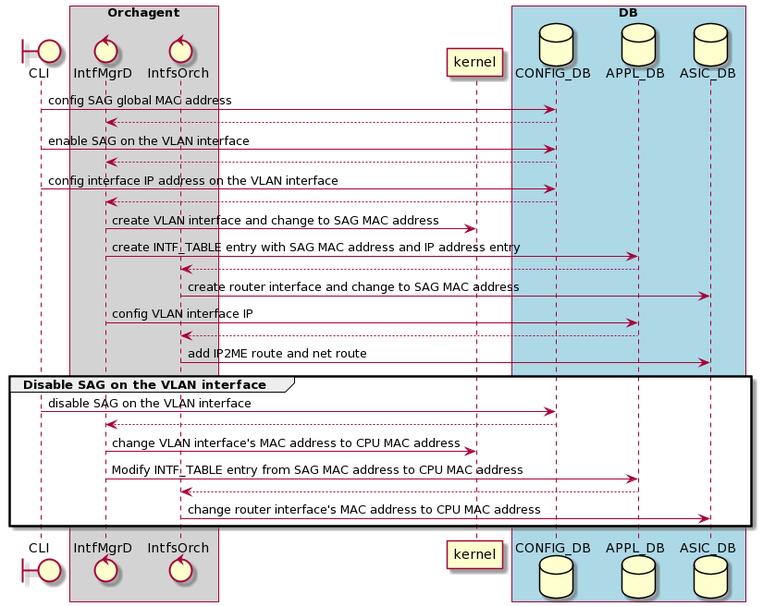
Before: doc/sag/images/sag-flow.png, a diagram exported from PlantUML (sonic-net/SONiC). Source of this version:
```plantuml
@startuml
boundary "CLI" as UI
box "Orchagent" #LightGrey
    control IntfMgrD
    control IntfsOrch
end box
participant kernel
box "DB" #LightBlue
    database CONFIG_DB
    database APPL_DB
    database ASIC_DB
end box

UI -> CONFIG_DB: config SAG global MAC address
IntfMgrD <-- CONFIG_DB
UI -> CONFIG_DB: enable SAG on the VLAN interface
IntfMgrD <-- CONFIG_DB
UI -> CONFIG_DB: config interface IP address on the VLAN interface
IntfMgrD <-- CONFIG_DB
IntfMgrD -> kernel: create VLAN interface and change to SAG MAC address
IntfMgrD -> APPL_DB: create INTF_TABLE entry with SAG MAC address and IP address entry
IntfsOrch <-- APPL_DB
IntfsOrch -> ASIC_DB: create router interface and change to SAG MAC address
IntfMgrD -> APPL_DB: config VLAN interface IP
IntfsOrch <-- APPL_DB
IntfsOrch -> ASIC_DB: add IP2ME route and net route
group Disable SAG on the VLAN interface
    UI -> CONFIG_DB: disable SAG on the VLAN interface
    IntfMgrD <-- CONFIG_DB
    IntfMgrD -> kernel: change VLAN interface's MAC address to CPU MAC address
    IntfMgrD -> APPL_DB: Modify INTF_TABLE entry from SAG MAC address to CPU MAC address
    IntfsOrch <-- APPL_DB
    IntfsOrch -> ASIC_DB: change router interface's MAC address to CPU MAC address
end
@enduml
```
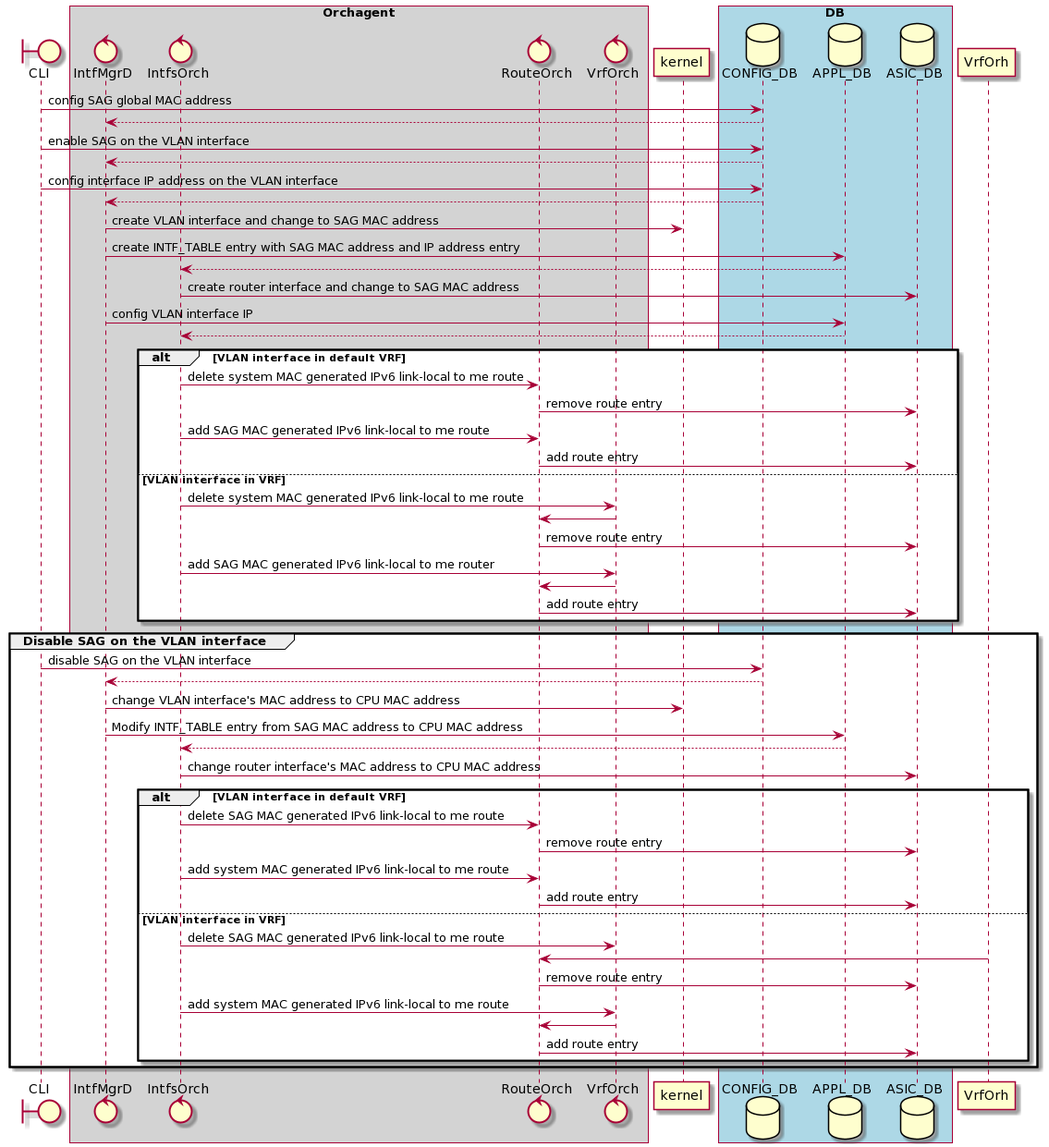
Later version of the same file.

Commit message:
Add IPv6 link-local address handling

Diff of the diagram source:
```diff
@@ -3,6 +3,8 @@
 box "Orchagent" #LightGrey
     control IntfMgrD
     control IntfsOrch
+    control RouteOrch
+    control VrfOrch
 end box
 participant kernel
 box "DB" #LightBlue
@@ -23,7 +25,19 @@
 IntfsOrch -> ASIC_DB: create router interface and change to SAG MAC address
 IntfMgrD -> APPL_DB: config VLAN interface IP
 IntfsOrch <-- APPL_DB
-IntfsOrch -> ASIC_DB: add IP2ME route and net route
+alt VLAN interface in default VRF
+    IntfsOrch -> RouteOrch: delete system MAC generated IPv6 link-local to me route
+    RouteOrch -> ASIC_DB: remove route entry
+    IntfsOrch -> RouteOrch: add SAG MAC generated IPv6 link-local to me route
+    RouteOrch -> ASIC_DB: add route entry
+else VLAN interface in VRF
+    IntfsOrch -> VrfOrch: delete system MAC generated IPv6 link-local to me route
+    VrfOrch -> RouteOrch
+    RouteOrch -> ASIC_DB: remove route entry
+    IntfsOrch -> VrfOrch: add SAG MAC generated IPv6 link-local to me router
+    VrfOrch -> RouteOrch
+    RouteOrch -> ASIC_DB: add route entry
+end
 group Disable SAG on the VLAN interface
     UI -> CONFIG_DB: disable SAG on the VLAN interface
     IntfMgrD <-- CONFIG_DB
@@ -31,5 +45,18 @@
     IntfMgrD -> APPL_DB: Modify INTF_TABLE entry from SAG MAC address to CPU MAC address
     IntfsOrch <-- APPL_DB
     IntfsOrch -> ASIC_DB: change router interface's MAC address to CPU MAC address
+    alt VLAN interface in default VRF
+        IntfsOrch -> RouteOrch: delete SAG MAC generated IPv6 link-local to me route
+        RouteOrch -> ASIC_DB: remove route entry
+        IntfsOrch -> RouteOrch: add system MAC generated IPv6 link-local to me route
+        RouteOrch -> ASIC_DB: add route entry
+    else VLAN interface in VRF
+        IntfsOrch -> VrfOrch: delete SAG MAC generated IPv6 link-local to me route
+        VrfOrh -> RouteOrch
+        RouteOrch -> ASIC_DB: remove route entry
+        IntfsOrch -> VrfOrch: add system MAC generated IPv6 link-local to me route
+        VrfOrch -> RouteOrch
+        RouteOrch -> ASIC_DB: add route entry
+    end
 end
 @enduml
```
